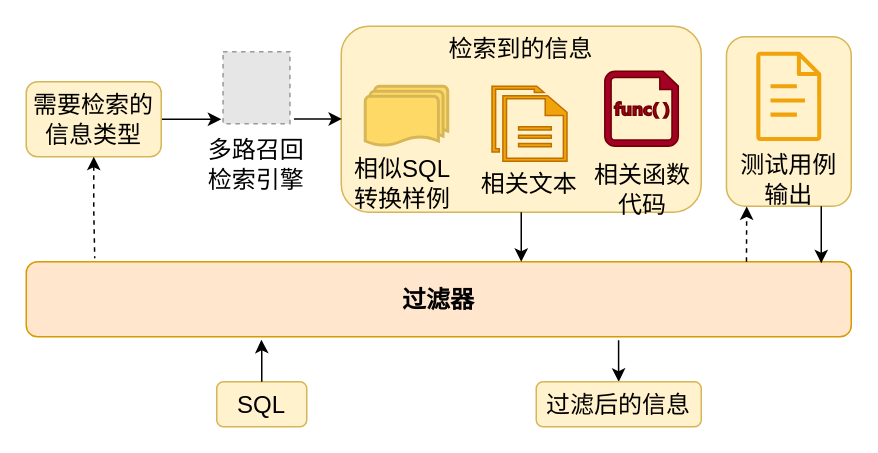
The draw.io diagram 开题报告/filter.drawio in Olive-2019/drawio-source, before the edit. Source tidied: cells renumbered, new cells numbered last; positions are measured from the earlier drawing's top-left corner, leaving out a move shared by most shapes. Both pictures are drawn from the tidied source at 150%, with x=0, y=0 at pixel (26, 26). Pictures stored in the file or linked from it are replaced by grey dashed boxes.
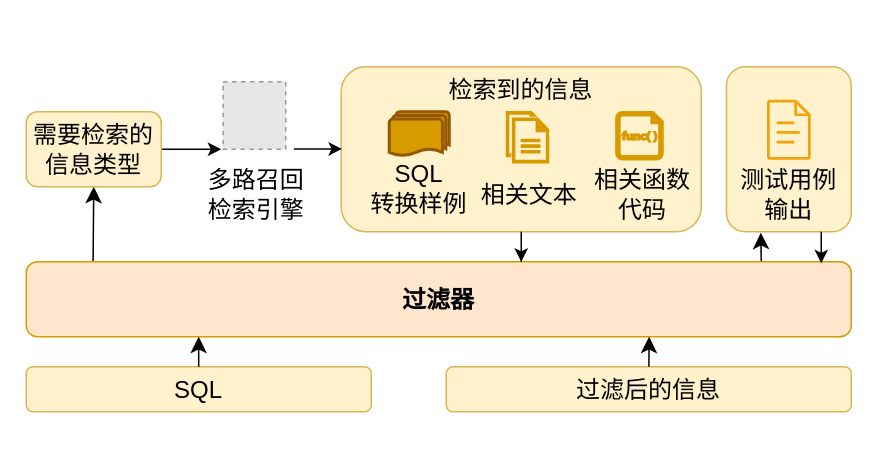
The same diagram, later.

Unchanged cells that the change refers to:
```xml
<mxCell id="7" value="过滤器" style="rounded=1;whiteSpace=wrap;html=1;fontSize=16;fillColor=#ffe6cc;strokeColor=#d79b00;fontStyle=1;" parent="1" vertex="1">
  <mxGeometry y="157" width="550" height="50" as="geometry" />
</mxCell>
```

What changed in the source:
```diff
@@
     <mxCell id="2" style="rounded=1;whiteSpace=wrap;html=1;fillColor=#fff2cc;strokeColor=#d6b656;" parent="1" vertex="1">
-      <mxGeometry x="466.8" y="7" width="83.2" height="113" as="geometry" />
+      <mxGeometry x="466.8" y="27" width="83.2" height="110" as="geometry" />
     </mxCell>
     <mxCell id="3" style="group;strokeColor=none;dashed=1;strokeWidth=2;" parent="1" vertex="1">
-      <mxGeometry x="120" y="17" width="67" height="90" as="geometry" />
+      <mxGeometry x="120" y="37" width="67" height="90" as="geometry" />
     </mxCell>
     <mxCell id="4" style="fillColor=#E6E6E6;strokeColor=#999999;dashed=1;verticalLabelPosition=bottom;labelBackgroundColor=default;verticalAlign=top;" parent="3" vertex="1">
-      <mxGeometry x="11.2" width="44.6" height="48" as="geometry" />
+      <mxGeometry x="11.2" width="41.8" height="45" as="geometry" />
     </mxCell>
@@
-    <mxCell id="6" style="edgeStyle=orthogonalEdgeStyle;rounded=0;jettySize=auto;html=1;exitX=0.718;exitY=1.045;exitDx=0;exitDy=0;exitPerimeter=0;" parent="1" edge="1" source="7" target="28">
-      <mxGeometry relative="1" as="geometry" />
-    </mxCell>
+    <mxCell id="31" style="edgeStyle=none;curved=1;rounded=0;jettySize=auto;html=1;entryX=0.5;entryY=1;entryDx=0;entryDy=0;fontSize=12;startSize=8;endSize=8;exitX=0.081;exitY=0.008;exitDx=0;exitDy=0;exitPerimeter=0;" parent="1" edge="1" source="7" target="10">
+      <mxGeometry relative="1" as="geometry" />
+    </mxCell>
+    <mxCell id="32" style="edgeStyle=none;curved=1;rounded=0;jettySize=auto;html=1;entryX=0.275;entryY=1.006;entryDx=0;entryDy=0;fontSize=12;startSize=8;endSize=8;exitX=0.891;exitY=0.054;exitDx=0;exitDy=0;exitPerimeter=0;entryPerimeter=0;" parent="1" edge="1" source="7" target="2">
+      <mxGeometry relative="1" as="geometry" />
+    </mxCell>
@@
     <mxCell id="8" value="&lt;span style=&quot;font-size: 16px;&quot;&gt;SQL&lt;/span&gt;" style="rounded=1;whiteSpace=wrap;html=1;fillColor=#fff2cc;strokeColor=#d6b656;" parent="1" vertex="1">
-      <mxGeometry x="127" y="237" width="60" height="30" as="geometry" />
+      <mxGeometry y="227" width="230" height="30" as="geometry" />
     </mxCell>
     <mxCell id="9" style="edgeStyle=orthogonalEdgeStyle;rounded=0;jettySize=auto;html=1;" parent="1" edge="1" source="10">
       <mxGeometry relative="1" as="geometry">
-        <mxPoint x="130" y="62" as="targetPoint" />
+        <mxPoint x="130" y="82" as="targetPoint" />
       </mxGeometry>
     </mxCell>
     <mxCell id="10" value="&lt;font size=&quot;3&quot;&gt;需要检索的信息类型&lt;/font&gt;" style="rounded=1;whiteSpace=wrap;html=1;fillColor=#fff2cc;strokeColor=#d6b656;" parent="1" vertex="1">
-      <mxGeometry y="37" width="90" height="50" as="geometry" />
+      <mxGeometry y="57" width="90" height="50" as="geometry" />
     </mxCell>
     <mxCell id="11" style="sketch=0;fillColor=#f0a30a;strokeColor=#BD7000;dashed=0;verticalLabelPosition=bottom;verticalAlign=top;align=center;html=1;fontSize=16;fontStyle=0;shape=mxgraph.aws4.document;fontColor=#000000;" parent="1" vertex="1">
-      <mxGeometry x="486.6" y="17" width="43.5" height="59.5" as="geometry" />
+      <mxGeometry x="493.8" y="49" width="29.2" height="40" as="geometry" />
     </mxCell>
     <mxCell id="12" style="rounded=1;whiteSpace=wrap;html=1;fillColor=#fff2cc;strokeColor=#d6b656;" parent="1" vertex="1">
-      <mxGeometry x="210" width="240" height="124" as="geometry" />
+      <mxGeometry x="210" y="27" width="240" height="110" as="geometry" />
     </mxCell>
-    <mxCell id="13" style="group;strokeColor=none;dashed=1;strokeWidth=2;" parent="1" vertex="1">
-      <mxGeometry x="370.5" y="30" width="79.5" height="94" as="geometry" />
-    </mxCell>
-    <mxCell id="14" style="sketch=0;shadow=0;dashed=0;html=1;strokeColor=#6F0000;labelPosition=center;verticalLabelPosition=bottom;verticalAlign=top;align=center;fillColor=#a20025;shape=mxgraph.mscae.enterprise.code_file;fontColor=#ffffff;" parent="13" vertex="1">
-      <mxGeometry x="15.2" width="49" height="50" as="geometry" />
-    </mxCell>
-    <mxCell id="15" value="相关函数&lt;div&gt;代码&lt;/div&gt;" style="text;html=1;align=center;verticalAlign=middle;whiteSpace=wrap;rounded=0;fontSize=16;" parent="13" vertex="1">
-      <mxGeometry y="64" width="79.5" height="30" as="geometry" />
-    </mxCell>
-    <mxCell id="16" style="group;strokeColor=none;dashed=1;strokeWidth=2;" parent="1" vertex="1">
-      <mxGeometry x="334.5" y="37" width="66.5" height="103.2" as="geometry" />
-    </mxCell>
-    <mxCell id="17" style="sketch=0;shadow=0;dashed=0;html=1;strokeColor=#BD7000;fillColor=#f0a30a;labelPosition=center;verticalLabelPosition=bottom;verticalAlign=top;align=center;shape=mxgraph.office.concepts.documents;fontColor=#000000;fontSize=16;" parent="16" vertex="1">
-      <mxGeometry x="-24" y="3" width="50" height="50" as="geometry" />
-    </mxCell>
-    <mxCell id="18" value="相关文本" style="text;html=1;align=center;verticalAlign=middle;whiteSpace=wrap;rounded=0;fontSize=16;" parent="16" vertex="1">
-      <mxGeometry x="-32.2" y="53" width="66.5" height="30" as="geometry" />
-    </mxCell>
-    <mxCell id="19" style="group;" parent="1" vertex="1">
-      <mxGeometry x="210.5" y="40" width="80" height="80" as="geometry" />
-    </mxCell>
-    <mxCell id="20" style="strokeWidth=2;html=1;shape=mxgraph.flowchart.multi-document;whiteSpace=wrap;fillColor=#FFD966;strokeColor=#d6b656;" parent="19" vertex="1">
-      <mxGeometry x="15.5" width="55" height="40" as="geometry" />
-    </mxCell>
-    <mxCell id="21" value="相似SQL转换样例" style="text;html=1;align=center;verticalAlign=middle;whiteSpace=wrap;rounded=0;fontSize=16;" parent="19" vertex="1">
-      <mxGeometry y="50" width="80" height="30" as="geometry" />
-    </mxCell>
     <mxCell id="22" value="检索到的信息" style="text;html=1;align=center;verticalAlign=middle;whiteSpace=wrap;rounded=0;fontSize=16;" parent="1" vertex="1">
-      <mxGeometry x="280" width="100" height="30" as="geometry" />
+      <mxGeometry x="280" y="27" width="100" height="30" as="geometry" />
     </mxCell>
-    <mxCell id="23" style="edgeStyle=orthogonalEdgeStyle;rounded=0;jettySize=auto;html=1;entryX=0.285;entryY=1.04;entryDx=0;entryDy=0;entryPerimeter=0;" parent="1" edge="1" source="8" target="7">
-      <mxGeometry relative="1" as="geometry" />
-    </mxCell>
     <mxCell id="24" value="测试用例&lt;div&gt;输出&lt;/div&gt;" style="text;html=1;align=center;verticalAlign=middle;whiteSpace=wrap;rounded=0;fontSize=16;" parent="1" vertex="1">
-      <mxGeometry x="471.9" y="87" width="73" height="30" as="geometry" />
+      <mxGeometry x="471.9" y="97" width="73" height="30" as="geometry" />
     </mxCell>
     <mxCell id="25" style="endArrow=classic;html=1;rounded=0;" parent="1" edge="1">
       <mxGeometry relative="1" as="geometry">
-        <mxPoint x="178.5" y="61.8" as="sourcePoint" />
-        <mxPoint x="210.5" y="61.8" as="targetPoint" />
+        <mxPoint x="178.5" y="81.8" as="sourcePoint" />
+        <mxPoint x="210.5" y="81.8" as="targetPoint" />
       </mxGeometry>
     </mxCell>
@@
     <mxCell id="28" value="过滤后的信息" style="rounded=1;whiteSpace=wrap;html=1;fillColor=#fff2cc;strokeColor=#d6b656;fontSize=16;" parent="1" vertex="1">
-      <mxGeometry x="340" y="237" width="110" height="30" as="geometry" />
+      <mxGeometry x="280" y="227" width="270" height="30" as="geometry" />
     </mxCell>
-    <mxCell id="29" style="edgeStyle=orthogonalEdgeStyle;rounded=0;jettySize=auto;html=1;entryX=0.083;entryY=-0.048;entryDx=0;entryDy=0;entryPerimeter=0;startArrow=classic;startFill=1;dashed=1;endArrow=none;endFill=0;" parent="1" edge="1" source="10" target="7">
-      <mxGeometry relative="1" as="geometry" />
-    </mxCell>
-    <mxCell id="30" style="edgeStyle=orthogonalEdgeStyle;rounded=0;jettySize=auto;html=1;entryX=0.115;entryY=1.105;entryDx=0;entryDy=0;entryPerimeter=0;exitX=0.873;exitY=0;exitDx=0;exitDy=0;exitPerimeter=0;dashed=1;" parent="1" edge="1" source="7" target="24">
-      <mxGeometry relative="1" as="geometry" />
-    </mxCell>
+    <mxCell id="17" style="sketch=0;shadow=0;dashed=0;html=1;strokeColor=#D79B00;fillColor=#D79B00;labelPosition=center;verticalLabelPosition=bottom;verticalAlign=top;align=center;shape=mxgraph.office.concepts.documents;fontColor=#000000;fontSize=16;" parent="1" vertex="1">
+      <mxGeometry x="320.2" y="57" width="28" height="34" as="geometry" />
+    </mxCell>
+    <mxCell id="18" value="相关文本" style="text;html=1;align=center;verticalAlign=middle;whiteSpace=wrap;rounded=0;fontSize=16;" parent="1" vertex="1">
+      <mxGeometry x="302.2" y="96.5" width="66.5" height="30" as="geometry" />
+    </mxCell>
+    <mxCell id="14" style="sketch=0;shadow=0;dashed=0;html=1;strokeColor=#d79b00;labelPosition=center;verticalLabelPosition=bottom;verticalAlign=top;align=center;fillColor=#D79B00;shape=mxgraph.mscae.enterprise.code_file;" parent="1" vertex="1">
+      <mxGeometry x="393.1" y="57" width="31.4" height="32" as="geometry" />
+    </mxCell>
+    <mxCell id="15" value="相关函数&lt;div&gt;代码&lt;/div&gt;" style="text;html=1;align=center;verticalAlign=middle;whiteSpace=wrap;rounded=0;fontSize=16;" parent="1" vertex="1">
+      <mxGeometry x="370.5" y="97" width="79.5" height="30" as="geometry" />
+    </mxCell>
+    <mxCell id="20" style="strokeWidth=2;html=1;shape=mxgraph.flowchart.multi-document;whiteSpace=wrap;fillColor=#D79B00;strokeColor=#945800;" parent="1" vertex="1">
+      <mxGeometry x="242" y="57" width="40" height="29.6" as="geometry" />
+    </mxCell>
+    <mxCell id="21" value="SQL&lt;div&gt;转换样例&lt;/div&gt;" style="text;html=1;align=center;verticalAlign=middle;whiteSpace=wrap;rounded=0;fontSize=16;" parent="1" vertex="1">
+      <mxGeometry x="222.2" y="93" width="80" height="30" as="geometry" />
+    </mxCell>
+    <mxCell id="23" style="edgeStyle=none;curved=1;rounded=0;jettySize=auto;html=1;entryX=0.209;entryY=1;entryDx=0;entryDy=0;entryPerimeter=0;fontSize=12;startSize=8;endSize=8;" parent="1" edge="1" source="8" target="7">
+      <mxGeometry relative="1" as="geometry" />
+    </mxCell>
+    <mxCell id="33" style="edgeStyle=none;curved=1;rounded=0;jettySize=auto;html=1;entryX=0.755;entryY=1;entryDx=0;entryDy=0;entryPerimeter=0;fontSize=12;startSize=8;endSize=8;" parent="1" edge="1" source="28" target="7">
+      <mxGeometry relative="1" as="geometry" />
+    </mxCell>
```
